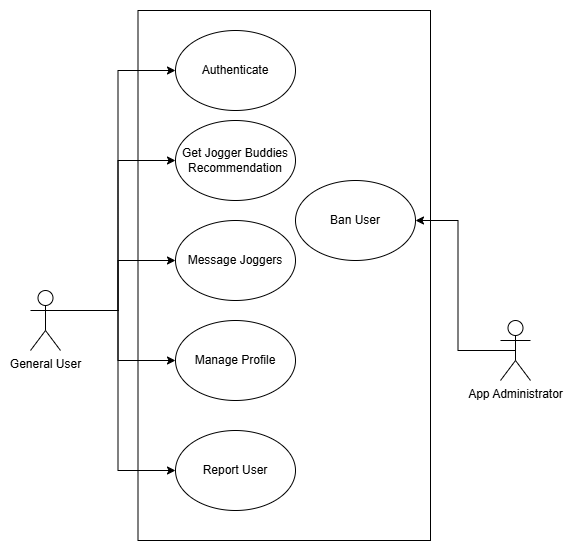
TrailBlazersInc/TrailBlazers keeps this draw.io diagram as documentation/images/UseCaseDiagram.png. Above is the earlier version. Source tidied: cells renumbered, new cells last; positions are measured from the earlier drawing's top-left corner, leaving out a move shared by most shapes.
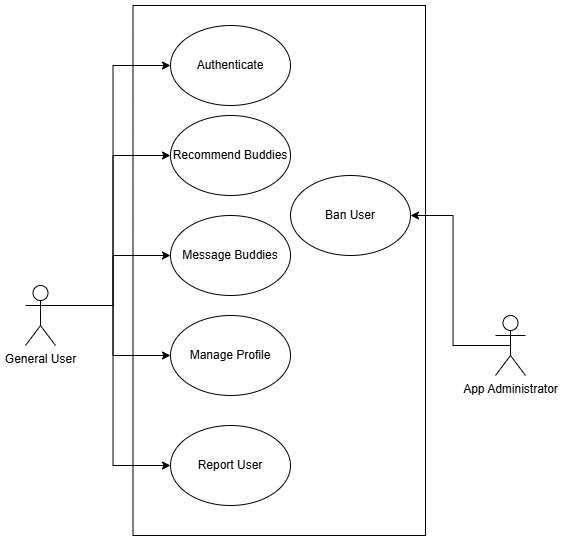
After the commit.

Commit message:
edited usecase diagram

What changed in the source:
```diff
@@ -29,7 +29,7 @@
     <mxCell id="10" value="General User" style="shape=umlActor;verticalLabelPosition=bottom;verticalAlign=top;html=1;outlineConnect=0;" parent="1" vertex="1">
       <mxGeometry y="280" width="30" height="60" as="geometry" />
     </mxCell>
-    <mxCell id="11" value="Message Joggers" style="ellipse;whiteSpace=wrap;html=1;" parent="1" vertex="1">
+    <mxCell id="11" value="Message Buddies" style="ellipse;whiteSpace=wrap;html=1;" parent="1" vertex="1">
       <mxGeometry x="145" y="210" width="120" height="80" as="geometry" />
     </mxCell>
     <mxCell id="12" style="edgeStyle=orthogonalEdgeStyle;rounded=0;jettySize=auto;html=1;exitX=0.5;exitY=0.5;exitDx=0;exitDy=0;exitPerimeter=0;entryX=1;entryY=0.5;entryDx=0;entryDy=0;" parent="1" edge="1" source="13" target="16">
@@ -38,7 +38,7 @@
     <mxCell id="13" value="App Administrator" style="shape=umlActor;verticalLabelPosition=bottom;verticalAlign=top;html=1;outlineConnect=0;" parent="1" vertex="1">
       <mxGeometry x="470" y="310" width="30" height="60" as="geometry" />
     </mxCell>
-    <mxCell id="14" value="Get Jogger Buddies Recommendation" style="ellipse;whiteSpace=wrap;html=1;" parent="1" vertex="1">
+    <mxCell id="14" value="Recommend Buddies" style="ellipse;whiteSpace=wrap;html=1;" parent="1" vertex="1">
       <mxGeometry x="145" y="110" width="120" height="80" as="geometry" />
     </mxCell>
     <mxCell id="15" value="Report User" style="ellipse;whiteSpace=wrap;html=1;" parent="1" vertex="1">
```
